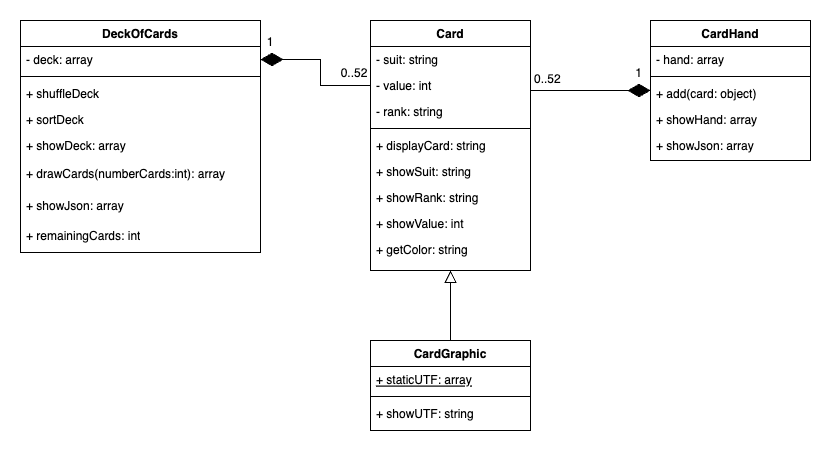
tovetofs/mvc keeps this draw.io diagram as public/img/uml.png. Above is the earlier version. Source tidied: cells renumbered, new cells last; positions are measured from the earlier drawing's top-left corner, leaving out a move shared by most shapes. The source it was exported from:
```xml
<mxGraphModel>
  <root>
    <mxCell id="0" />
    <mxCell id="1" parent="0" />
    <mxCell id="2" value="Card" style="swimlane;fontStyle=1;align=center;verticalAlign=top;horizontal=1;startSize=26;rounded=0;shadow=0;strokeWidth=1;" parent="1" vertex="1">
      <mxGeometry x="350" width="160" height="250" as="geometry" />
    </mxCell>
    <mxCell id="3" value="- suit: string" style="text;align=left;verticalAlign=top;spacingLeft=4;spacingRight=4;overflow=hidden;" parent="2" vertex="1">
      <mxGeometry y="26" width="160" height="26" as="geometry" />
    </mxCell>
    <mxCell id="4" value="- value: int" style="text;align=left;verticalAlign=top;spacingLeft=4;spacingRight=4;overflow=hidden;points=[[0,0.5],[1,0.5]];portConstraint=eastwest;rounded=0;shadow=0;html=0;" parent="2" vertex="1">
      <mxGeometry y="52" width="160" height="26" as="geometry" />
    </mxCell>
    <mxCell id="5" value="- rank: string" style="text;align=left;verticalAlign=top;spacingLeft=4;spacingRight=4;overflow=hidden;rounded=0;shadow=0;html=0;" parent="2" vertex="1">
      <mxGeometry y="78" width="160" height="26" as="geometry" />
    </mxCell>
    <mxCell id="6" style="line;html=1;strokeWidth=1;align=left;verticalAlign=middle;spacingTop=-1;spacingLeft=3;spacingRight=3;labelPosition=right;" parent="2" vertex="1">
      <mxGeometry y="104" width="160" height="8" as="geometry" />
    </mxCell>
    <mxCell id="7" value="+ displayCard: string&#10;" style="text;align=left;verticalAlign=top;spacingLeft=4;spacingRight=4;overflow=hidden;" parent="2" vertex="1">
      <mxGeometry y="112" width="160" height="26" as="geometry" />
    </mxCell>
    <mxCell id="8" value="+ showSuit: string" style="text;align=left;verticalAlign=top;spacingLeft=4;spacingRight=4;overflow=hidden;" parent="2" vertex="1">
      <mxGeometry y="138" width="160" height="26" as="geometry" />
    </mxCell>
    <mxCell id="9" value="+ showRank: string" style="text;align=left;verticalAlign=top;spacingLeft=4;spacingRight=4;overflow=hidden;" parent="2" vertex="1">
      <mxGeometry y="164" width="160" height="26" as="geometry" />
    </mxCell>
    <mxCell id="10" value="+ showValue: int" style="text;align=left;verticalAlign=top;spacingLeft=4;spacingRight=4;overflow=hidden;" parent="2" vertex="1">
      <mxGeometry y="190" width="160" height="26" as="geometry" />
    </mxCell>
    <mxCell id="11" value="+ getColor: string" style="text;align=left;verticalAlign=top;spacingLeft=4;spacingRight=4;overflow=hidden;" parent="2" vertex="1">
      <mxGeometry y="216" width="160" height="24" as="geometry" />
    </mxCell>
    <mxCell id="12" value="CardGraphic" style="swimlane;fontStyle=1;align=center;verticalAlign=top;horizontal=1;startSize=26;rounded=0;shadow=0;strokeWidth=1;" parent="1" vertex="1">
      <mxGeometry x="350" y="320" width="160" height="90" as="geometry" />
    </mxCell>
    <mxCell id="13" value="+ staticUTF: array" style="text;align=left;verticalAlign=top;spacingLeft=4;spacingRight=4;overflow=hidden;fontStyle=4;" parent="12" vertex="1">
      <mxGeometry y="26" width="160" height="26" as="geometry" />
    </mxCell>
    <mxCell id="14" style="line;html=1;strokeWidth=1;align=left;verticalAlign=middle;spacingTop=-1;spacingLeft=3;spacingRight=3;labelPosition=right;" parent="12" vertex="1">
      <mxGeometry y="52" width="160" height="8" as="geometry" />
    </mxCell>
    <mxCell id="15" value="+ showUTF: string" style="text;align=left;verticalAlign=top;spacingLeft=4;spacingRight=4;overflow=hidden;" parent="12" vertex="1">
      <mxGeometry y="60" width="160" height="26" as="geometry" />
    </mxCell>
    <mxCell id="16" style="endArrow=block;endSize=10;endFill=0;shadow=0;strokeWidth=1;rounded=0;edgeStyle=elbowEdgeStyle;elbow=vertical;" parent="1" edge="1" source="12" target="2">
      <mxGeometry relative="1" as="geometry" />
    </mxCell>
    <mxCell id="17" value="CardHand" style="swimlane;fontStyle=1;align=center;verticalAlign=top;horizontal=1;startSize=26;rounded=0;shadow=0;strokeWidth=1;" parent="1" vertex="1">
      <mxGeometry x="630" width="160" height="140" as="geometry" />
    </mxCell>
    <mxCell id="18" value="- hand: array" style="text;align=left;verticalAlign=top;spacingLeft=4;spacingRight=4;overflow=hidden;" parent="17" vertex="1">
      <mxGeometry y="26" width="160" height="26" as="geometry" />
    </mxCell>
    <mxCell id="19" style="line;html=1;strokeWidth=1;align=left;verticalAlign=middle;spacingTop=-1;spacingLeft=3;spacingRight=3;labelPosition=right;" parent="17" vertex="1">
      <mxGeometry y="52" width="160" height="8" as="geometry" />
    </mxCell>
    <mxCell id="20" value="+ add(card: object)" style="text;align=left;verticalAlign=top;spacingLeft=4;spacingRight=4;overflow=hidden;" parent="17" vertex="1">
      <mxGeometry y="60" width="160" height="26" as="geometry" />
    </mxCell>
    <mxCell id="21" value="+ showHand: array" style="text;align=left;verticalAlign=top;spacingLeft=4;spacingRight=4;overflow=hidden;" parent="17" vertex="1">
      <mxGeometry y="86" width="160" height="26" as="geometry" />
    </mxCell>
    <mxCell id="22" value="+ showJson: array" style="text;align=left;verticalAlign=top;spacingLeft=4;spacingRight=4;overflow=hidden;" parent="17" vertex="1">
      <mxGeometry y="112" width="160" height="26" as="geometry" />
    </mxCell>
    <mxCell id="23" style="endArrow=diamondThin;shadow=0;strokeWidth=1;rounded=0;endFill=1;edgeStyle=elbowEdgeStyle;elbow=vertical;startSize=13;endSize=20;" parent="1" edge="1" source="2" target="17">
      <mxGeometry x="0.5" y="41" relative="1" as="geometry">
        <mxPoint x="-40" y="32" as="offset" />
      </mxGeometry>
    </mxCell>
    <mxCell id="24" value="0..52" style="align=left;verticalAlign=bottom;labelBackgroundColor=none;fontSize=12;" parent="23" vertex="1">
      <mxGeometry x="-1" relative="1" as="geometry">
        <mxPoint x="2" y="-3" as="offset" />
      </mxGeometry>
    </mxCell>
    <mxCell id="25" value="1" style="align=right;verticalAlign=bottom;labelBackgroundColor=none;fontSize=12;" parent="23" vertex="1">
      <mxGeometry x="1" relative="1" as="geometry">
        <mxPoint x="-7" y="-9" as="offset" />
      </mxGeometry>
    </mxCell>
    <mxCell id="26" value="DeckOfCards" style="swimlane;fontStyle=1;align=center;verticalAlign=top;horizontal=1;startSize=26;whiteSpace=wrap;html=1;" parent="1" vertex="1">
      <mxGeometry width="240" height="232" as="geometry" />
    </mxCell>
    <mxCell id="27" value="- deck: array" style="text;strokeColor=none;fillColor=none;align=left;verticalAlign=top;spacingLeft=4;spacingRight=4;overflow=hidden;points=[[0,0.5],[1,0.5]];portConstraint=eastwest;whiteSpace=wrap;html=1;" parent="26" vertex="1">
      <mxGeometry y="26" width="240" height="26" as="geometry" />
    </mxCell>
    <mxCell id="28" style="line;strokeWidth=1;fillColor=none;align=left;verticalAlign=middle;spacingTop=-1;spacingLeft=3;spacingRight=3;labelPosition=right;strokeColor=inherit;" parent="26" vertex="1">
      <mxGeometry y="52" width="240" height="8" as="geometry" />
    </mxCell>
    <mxCell id="29" value="+ shuffleDeck" style="text;strokeColor=none;fillColor=none;align=left;verticalAlign=top;spacingLeft=4;spacingRight=4;overflow=hidden;whiteSpace=wrap;html=1;" parent="26" vertex="1">
      <mxGeometry y="60" width="240" height="26" as="geometry" />
    </mxCell>
    <mxCell id="30" value="+ sortDeck" style="text;strokeColor=none;fillColor=none;align=left;verticalAlign=top;spacingLeft=4;spacingRight=4;overflow=hidden;whiteSpace=wrap;html=1;" parent="26" vertex="1">
      <mxGeometry y="86" width="240" height="26" as="geometry" />
    </mxCell>
    <mxCell id="31" value="+ showDeck: array" style="text;strokeColor=none;fillColor=none;align=left;verticalAlign=top;spacingLeft=4;spacingRight=4;overflow=hidden;whiteSpace=wrap;html=1;" parent="26" vertex="1">
      <mxGeometry y="112" width="240" height="28" as="geometry" />
    </mxCell>
    <mxCell id="32" value="+ drawCards(numberCards:int): array" style="text;strokeColor=none;fillColor=none;align=left;verticalAlign=top;spacingLeft=4;spacingRight=4;overflow=hidden;whiteSpace=wrap;html=1;" parent="26" vertex="1">
      <mxGeometry y="140" width="240" height="32" as="geometry" />
    </mxCell>
    <mxCell id="33" value="+ showJson: array" style="text;strokeColor=none;fillColor=none;align=left;verticalAlign=top;spacingLeft=4;spacingRight=4;overflow=hidden;whiteSpace=wrap;html=1;" parent="26" vertex="1">
      <mxGeometry y="172" width="240" height="30" as="geometry" />
    </mxCell>
    <mxCell id="34" value="+ remainingCards: int" style="text;strokeColor=none;fillColor=none;align=left;verticalAlign=top;spacingLeft=4;spacingRight=4;overflow=hidden;whiteSpace=wrap;html=1;" parent="26" vertex="1">
      <mxGeometry y="202" width="240" height="30" as="geometry" />
    </mxCell>
    <mxCell id="35" style="edgeStyle=orthogonalEdgeStyle;rounded=0;jettySize=auto;html=1;entryX=1;entryY=0.5;entryDx=0;entryDy=0;endArrow=diamondThin;endFill=1;startSize=20;endSize=20;" parent="1" edge="1" source="4" target="27">
      <mxGeometry relative="1" as="geometry" />
    </mxCell>
    <mxCell id="36" value="1" style="text;strokeColor=none;align=center;fillColor=none;html=1;verticalAlign=middle;whiteSpace=wrap;rounded=0;" parent="1" vertex="1">
      <mxGeometry x="240" y="12" width="20" height="20" as="geometry" />
    </mxCell>
    <mxCell id="37" value="0..52" style="text;strokeColor=none;align=center;fillColor=none;html=1;verticalAlign=middle;whiteSpace=wrap;rounded=0;" parent="1" vertex="1">
      <mxGeometry x="319" y="43" width="30" height="20" as="geometry" />
    </mxCell>
  </root>
</mxGraphModel>
```
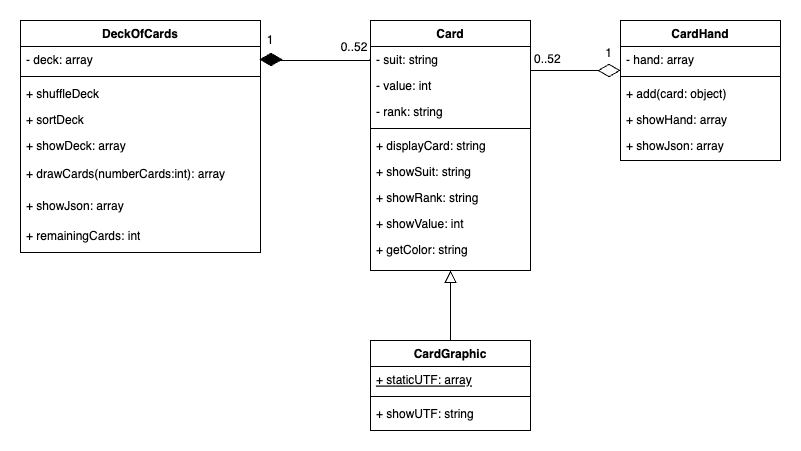
Above is the later version.

Change to the diagram source:
```diff
@@ -48,7 +48,7 @@
       <mxGeometry relative="1" as="geometry" />
     </mxCell>
     <mxCell id="17" value="CardHand" style="swimlane;fontStyle=1;align=center;verticalAlign=top;horizontal=1;startSize=26;rounded=0;shadow=0;strokeWidth=1;" parent="1" vertex="1">
-      <mxGeometry x="630" width="160" height="140" as="geometry" />
+      <mxGeometry x="600" width="160" height="140" as="geometry" />
     </mxCell>
     <mxCell id="18" value="- hand: array" style="text;align=left;verticalAlign=top;spacingLeft=4;spacingRight=4;overflow=hidden;" parent="17" vertex="1">
       <mxGeometry y="26" width="160" height="26" as="geometry" />
@@ -65,8 +65,12 @@
     <mxCell id="22" value="+ showJson: array" style="text;align=left;verticalAlign=top;spacingLeft=4;spacingRight=4;overflow=hidden;" parent="17" vertex="1">
       <mxGeometry y="112" width="160" height="26" as="geometry" />
     </mxCell>
-    <mxCell id="23" style="endArrow=diamondThin;shadow=0;strokeWidth=1;rounded=0;endFill=1;edgeStyle=elbowEdgeStyle;elbow=vertical;startSize=13;endSize=20;" parent="1" edge="1" source="2" target="17">
+    <mxCell id="23" style="endArrow=diamondThin;shadow=0;strokeWidth=1;rounded=0;endFill=0;edgeStyle=elbowEdgeStyle;elbow=vertical;startSize=13;endSize=20;" parent="1" edge="1" source="2" target="17">
       <mxGeometry x="0.5" y="41" relative="1" as="geometry">
+        <Array as="points">
+          <mxPoint x="520" y="50" />
+          <mxPoint x="530" y="330" />
+        </Array>
         <mxPoint x="-40" y="32" as="offset" />
       </mxGeometry>
     </mxCell>
@@ -107,14 +111,22 @@
     <mxCell id="34" value="+ remainingCards: int" style="text;strokeColor=none;fillColor=none;align=left;verticalAlign=top;spacingLeft=4;spacingRight=4;overflow=hidden;whiteSpace=wrap;html=1;" parent="26" vertex="1">
       <mxGeometry y="202" width="240" height="30" as="geometry" />
     </mxCell>
-    <mxCell id="35" style="edgeStyle=orthogonalEdgeStyle;rounded=0;jettySize=auto;html=1;entryX=1;entryY=0.5;entryDx=0;entryDy=0;endArrow=diamondThin;endFill=1;startSize=20;endSize=20;" parent="1" edge="1" source="4" target="27">
-      <mxGeometry relative="1" as="geometry" />
+    <mxCell id="35" style="edgeStyle=orthogonalEdgeStyle;rounded=0;orthogonalLoop=1;jettySize=auto;html=1;endArrow=diamondThin;endFill=1;startSize=20;endSize=20;exitX=0;exitY=0.5;exitDx=0;exitDy=0;" parent="1" edge="1">
+      <mxGeometry relative="1" as="geometry">
+        <mxPoint x="349" y="39" as="sourcePoint" />
+        <mxPoint x="239" y="39" as="targetPoint" />
+        <Array as="points">
+          <mxPoint x="349" y="40" />
+          <mxPoint x="249" y="40" />
+          <mxPoint x="249" y="39" />
+        </Array>
+      </mxGeometry>
     </mxCell>
     <mxCell id="36" value="1" style="text;strokeColor=none;align=center;fillColor=none;html=1;verticalAlign=middle;whiteSpace=wrap;rounded=0;" parent="1" vertex="1">
-      <mxGeometry x="240" y="12" width="20" height="20" as="geometry" />
+      <mxGeometry x="240" y="10" width="20" height="20" as="geometry" />
     </mxCell>
     <mxCell id="37" value="0..52" style="text;strokeColor=none;align=center;fillColor=none;html=1;verticalAlign=middle;whiteSpace=wrap;rounded=0;" parent="1" vertex="1">
-      <mxGeometry x="319" y="43" width="30" height="20" as="geometry" />
+      <mxGeometry x="319" y="17" width="30" height="20" as="geometry" />
     </mxCell>
   </root>
 </mxGraphModel>
```
